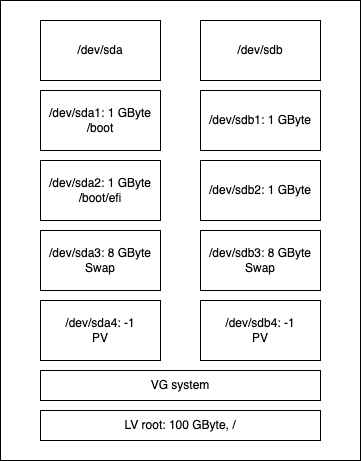
Above: assets/disklayout-2.drawio.png in osism/node-image (draw.io), before the change. Source tidied: cells renumbered, new cells last; positions are measured from the earlier drawing's top-left corner, leaving out a move shared by most shapes.
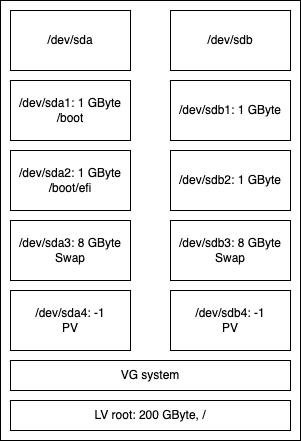
Later version of the same file.

What changed in the source:
```diff
@@ -3,7 +3,7 @@
     <mxCell id="0" />
     <mxCell id="1" parent="0" />
     <mxCell id="2" style="rounded=0;whiteSpace=wrap;html=1;" parent="1" vertex="1">
-      <mxGeometry width="360" height="460" as="geometry" />
+      <mxGeometry x="30" y="10" width="300" height="440" as="geometry" />
     </mxCell>
     <mxCell id="3" value="/dev/sda" style="rounded=0;whiteSpace=wrap;html=1;" parent="1" vertex="1">
       <mxGeometry x="40" y="20" width="120" height="60" as="geometry" />
@@ -38,7 +38,7 @@
     <mxCell id="13" value="VG system" style="rounded=0;whiteSpace=wrap;html=1;" parent="1" vertex="1">
       <mxGeometry x="40" y="370" width="280" height="30" as="geometry" />
     </mxCell>
-    <mxCell id="14" value="LV root: 100 GByte, /" style="rounded=0;whiteSpace=wrap;html=1;align=center;labelPosition=center;verticalLabelPosition=middle;verticalAlign=middle;" parent="1" vertex="1">
+    <mxCell id="14" value="LV root: 200 GByte, /" style="rounded=0;whiteSpace=wrap;html=1;align=center;labelPosition=center;verticalLabelPosition=middle;verticalAlign=middle;" parent="1" vertex="1">
       <mxGeometry x="40" y="410" width="280" height="30" as="geometry" />
     </mxCell>
   </root>
```
